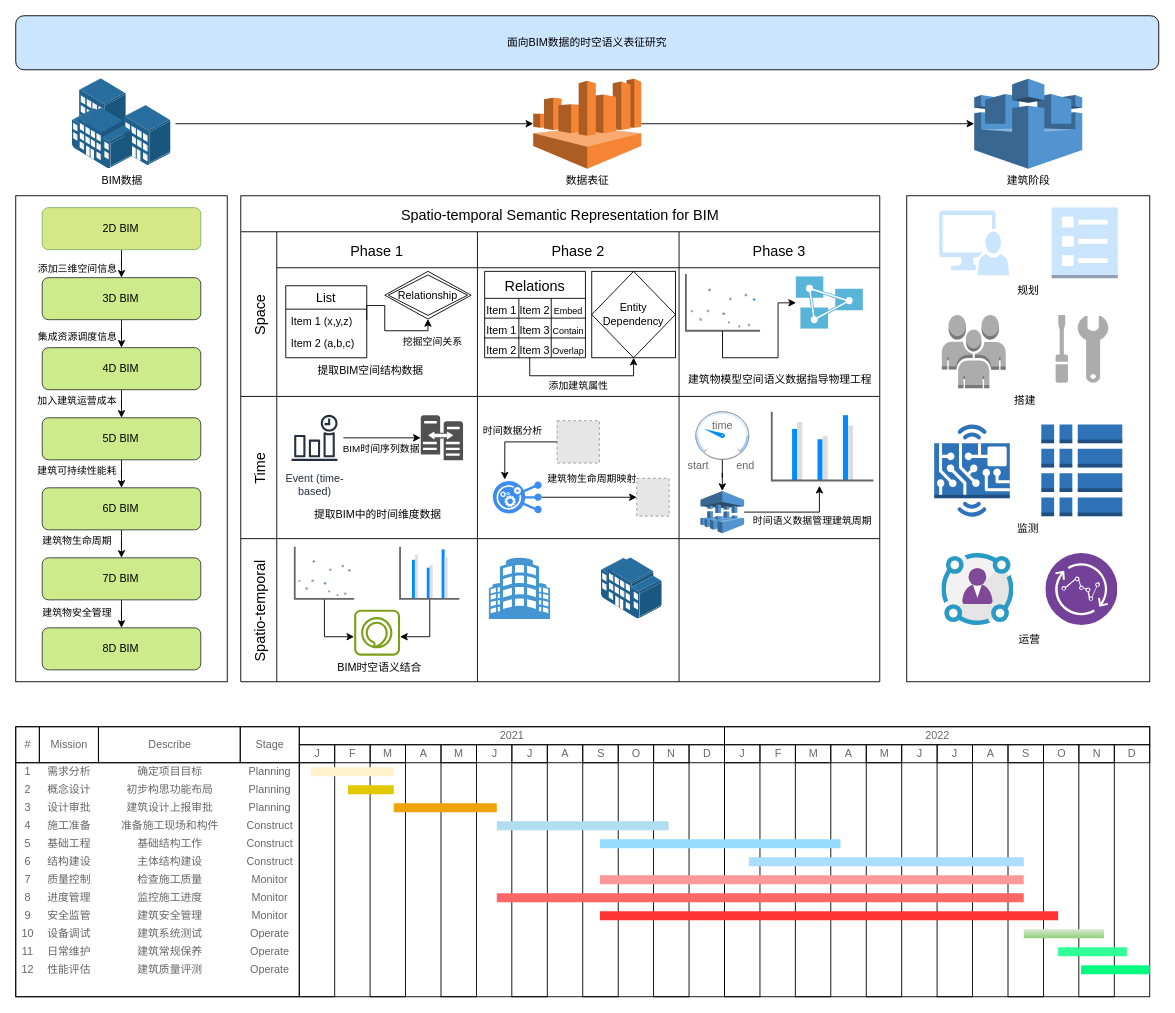
Above: 未命名绘图.drawio in Student-WangZhengTao/LLM (draw.io), before the change. Source tidied: cells renumbered, new cells numbered last; positions are measured from the earlier drawing's top-left corner, leaving out a move shared by most shapes. Both pictures are drawn from the tidied source at 90%, with x=0, y=0 at pixel (15, 15). Pictures stored in the file or linked from it are replaced by grey dashed boxes.
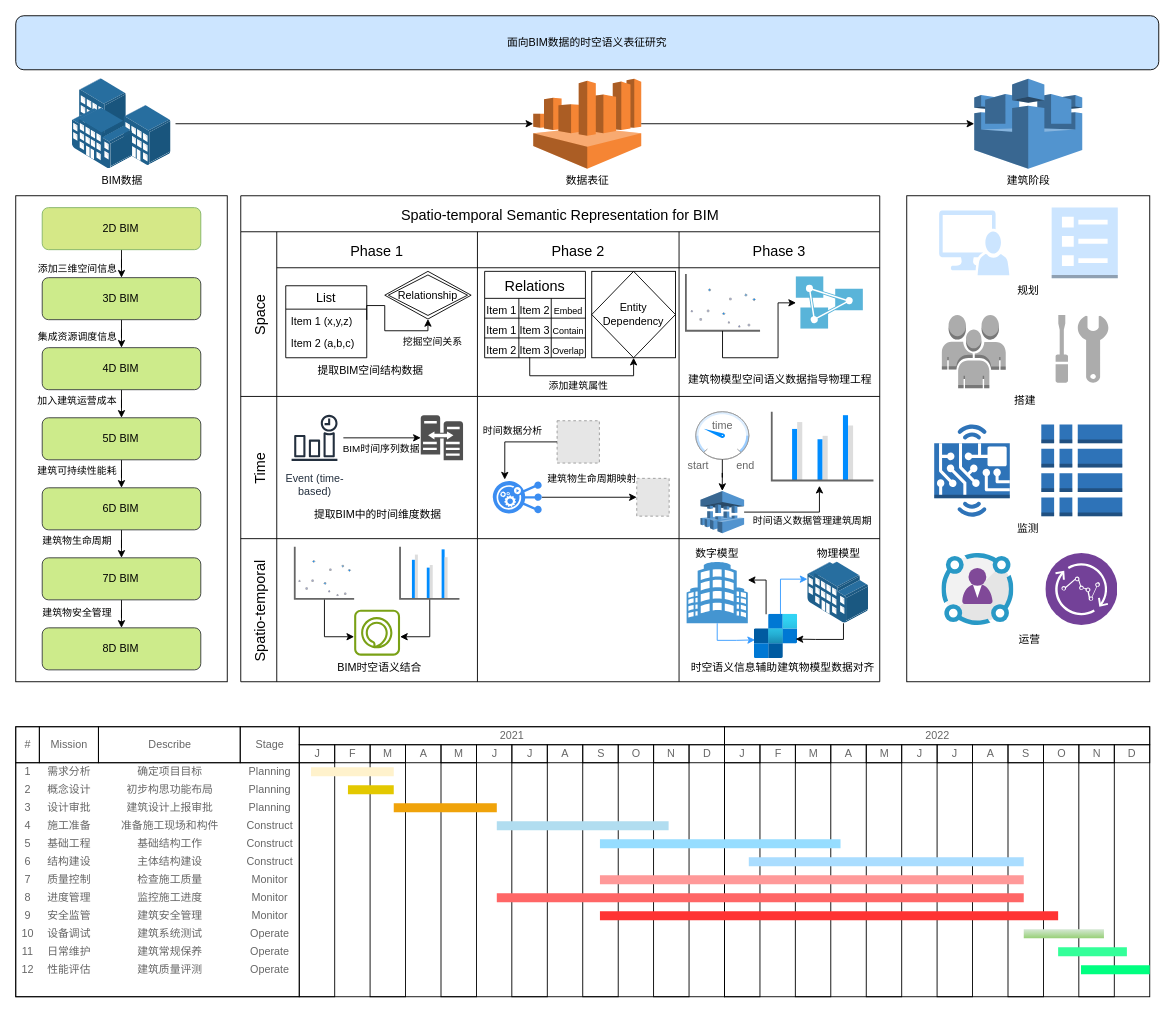
The same page after the edit.

Commit message (it also covers changes not shown here):
更新未命名绘图.drawio

Unchanged cells that the change refers to:
```xml
<mxCell id="64" value="Spatio-temporal" style="shape=tableRow;horizontal=0;swimlaneHead=0;swimlaneBody=0;top=0;left=0;strokeColor=inherit;bottom=0;right=0;fontStyle=0;fillColor=none;startSize=40;fontSize=16;" parent="7" vertex="1">
  <mxGeometry y="381" width="710" height="159" as="geometry" />
</mxCell>
<mxCell id="72" style="swimlane;swimlaneHead=0;swimlaneBody=0;fontStyle=0;strokeColor=inherit;fillColor=none;startSize=0;fontSize=16;" parent="64" vertex="1">
  <mxGeometry x="263" width="224" height="159" as="geometry" />
</mxCell>
```

The edit, as a diff of the source:
```diff
@@
+    <mxCell id="75" style="swimlane;swimlaneHead=0;swimlaneBody=0;fontStyle=0;strokeColor=inherit;fillColor=none;startSize=0;fontSize=16;" parent="64" vertex="1">
+      <mxGeometry x="487" width="223" height="159" as="geometry" />
+    </mxCell>
-    <mxCell id="73" style="shadow=0;dashed=0;html=1;strokeColor=none;fillColor=#4495D1;labelPosition=center;verticalLabelPosition=bottom;verticalAlign=top;align=center;outlineConnect=0;shape=mxgraph.veeam.building;" parent="72" vertex="1">
-      <mxGeometry x="12.7" y="21.3" width="68" height="68" as="geometry" />
+    <mxCell id="73" value="数字模型" style="shadow=0;dashed=0;html=1;strokeColor=none;fillColor=#4495D1;labelPosition=center;verticalLabelPosition=top;verticalAlign=bottom;align=center;outlineConnect=0;shape=mxgraph.veeam.building;" parent="75" vertex="1">
+      <mxGeometry x="8.4" y="26" width="68" height="68" as="geometry" />
     </mxCell>
-    <mxCell id="74" style="image;points=[];html=1;align=center;shadow=0;dashed=0;image=img/lib/allied_telesis/buildings/Large_Building.svg;" parent="72" vertex="1">
-      <mxGeometry x="137.4" y="21.3" width="68" height="68" as="geometry" />
+    <mxCell id="74" value="物理模型" style="image;points=[];html=1;align=center;shadow=0;dashed=0;image=img/lib/allied_telesis/buildings/Large_Building.svg;labelPosition=center;verticalLabelPosition=top;verticalAlign=bottom;" parent="75" vertex="1">
+      <mxGeometry x="142.7" y="26" width="68" height="68" as="geometry" />
     </mxCell>
-    <mxCell id="75" style="swimlane;swimlaneHead=0;swimlaneBody=0;fontStyle=0;strokeColor=inherit;fillColor=none;startSize=0;fontSize=16;" parent="64" vertex="1">
-      <mxGeometry x="487" width="223" height="159" as="geometry" />
-    </mxCell>
+    <mxCell id="218" style="image;html=1;points=[];align=center;fontSize=12;image=img/lib/azure2/integration/SendGrid_Accounts.svg;" parent="75" vertex="1">
+      <mxGeometry x="83.6" y="84" width="48.1" height="49" as="geometry" />
+    </mxCell>
+    <mxCell id="219" style="edgeStyle=orthogonalEdgeStyle;rounded=0;jettySize=auto;html=1;entryX=0.018;entryY=0.582;entryDx=0;entryDy=0;entryPerimeter=0;strokeColor=#3399FF;" parent="75" edge="1" source="73" target="218">
+      <mxGeometry relative="1" as="geometry">
+        <Array as="points">
+          <mxPoint x="42.7" y="113" />
+          <mxPoint x="63.7" y="113" />
+        </Array>
+      </mxGeometry>
+    </mxCell>
+    <mxCell id="220" style="edgeStyle=orthogonalEdgeStyle;rounded=0;jettySize=auto;html=1;strokeColor=#3399ff;" parent="75" edge="1" source="218" target="74">
+      <mxGeometry relative="1" as="geometry">
+        <Array as="points">
+          <mxPoint x="112.7" y="45" />
+        </Array>
+      </mxGeometry>
+    </mxCell>
+    <mxCell id="221" style="edgeStyle=orthogonalEdgeStyle;rounded=0;jettySize=auto;html=1;entryX=0.954;entryY=0.563;entryDx=0;entryDy=0;entryPerimeter=0;" parent="75" edge="1" source="74" target="218">
+      <mxGeometry relative="1" as="geometry">
+        <Array as="points">
+          <mxPoint x="182.7" y="112" />
+          <mxPoint x="151.7" y="112" />
+        </Array>
+      </mxGeometry>
+    </mxCell>
+    <mxCell id="222" style="edgeStyle=orthogonalEdgeStyle;rounded=0;jettySize=auto;html=1;" parent="75" edge="1" source="218" target="73">
+      <mxGeometry relative="1" as="geometry">
+        <Array as="points">
+          <mxPoint x="96.7" y="46" />
+        </Array>
+      </mxGeometry>
+    </mxCell>
+    <mxCell id="223" value="时空语义信息辅助建筑物模型数据对齐" style="text;html=1;align=center;verticalAlign=middle;strokeColor=none;fillColor=none;" parent="75" vertex="1">
+      <mxGeometry y="129" width="230" height="30" as="geometry" />
+    </mxCell>
```
